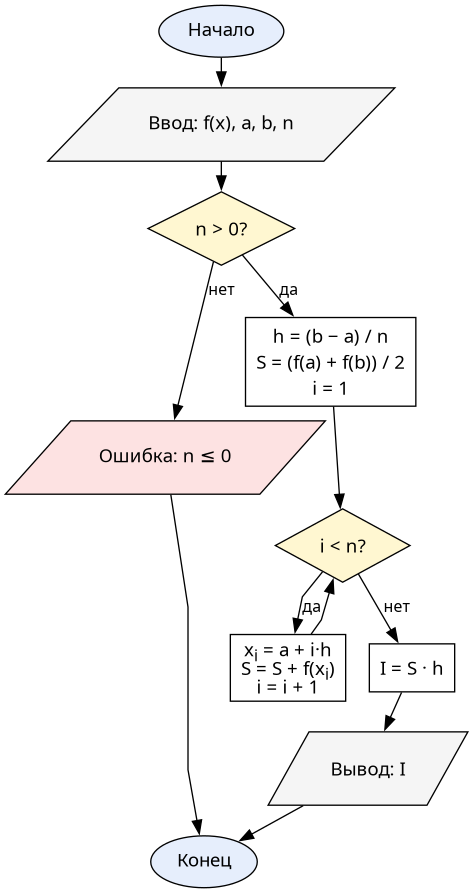
The Graphviz diagram doc/resources/flowcharts/trapezoid.png in Oriptal/calc-math-lab2, before a commit. Its source is kept beside it as doc/resources/flowcharts/trapezoid.dot.
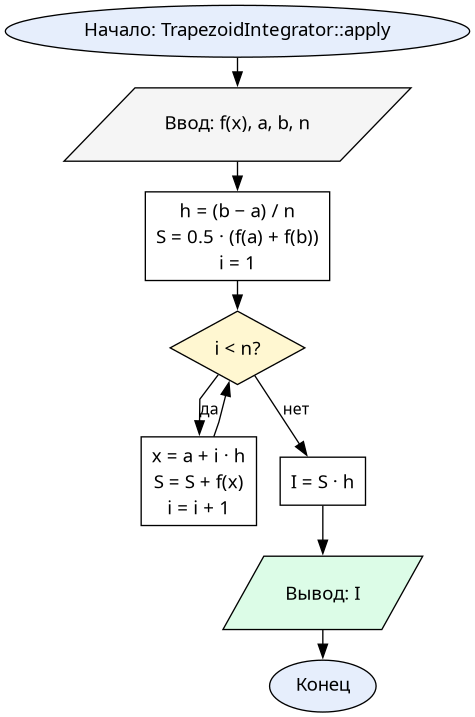
The same file after the commit.

Change to the diagram source:
```diff
@@ -3,22 +3,16 @@
   node  [fontname="CMU Serif", fontsize=14, style="filled", fillcolor="#ffffff", color="#000000"]
   edge  [fontname="CMU Serif", fontsize=12, color="#000000"]
 
-  start [label="Начало", shape=oval, fillcolor="#e6eefc"]
-  input [label="Ввод: f(x), a, b, n", shape=parallelogram, fillcolor="#f5f5f5"]
-  chkN  [label=<n &gt; 0?>, shape=diamond, fillcolor="#fff7d1"]
-  err   [label="Ошибка: n ≤ 0", shape=parallelogram, fillcolor="#fde2e2"]
-  init  [label=<h = (b − a) / n<BR/>S = (f(a) + f(b)) / 2<BR/>i = 1>, shape=box]
-  loop  [label=<i &lt; n?>, shape=diamond, fillcolor="#fff7d1"]
-  body  [label=<x<SUB>i</SUB> = a + i·h<BR/>S = S + f(x<SUB>i</SUB>)<BR/>i = i + 1>, shape=box]
-  mul   [label=<I = S · h>, shape=box]
-  output [label=<Вывод: I>, shape=parallelogram, fillcolor="#f5f5f5"]
+  start  [label="Начало: TrapezoidIntegrator::apply", shape=oval, fillcolor="#e6eefc"]
+  input  [label="Ввод: f(x), a, b, n", shape=parallelogram, fillcolor="#f5f5f5"]
+  init   [label=<h = (b − a) / n<BR/>S = 0.5 · (f(a) + f(b))<BR/>i = 1>, shape=box]
+  loop   [label=<i &lt; n?>, shape=diamond, fillcolor="#fff7d1"]
+  body   [label=<x = a + i · h<BR/>S = S + f(x)<BR/>i = i + 1>, shape=box]
+  mul    [label=<I = S · h>, shape=box]
+  output [label=<Вывод: I>, shape=parallelogram, fillcolor="#dcfce7"]
   stop   [label="Конец", shape=oval, fillcolor="#e6eefc"]
 
-  start -> input -> chkN
-  chkN -> err [label="нет"]
-  err -> stop
-  chkN -> init [label="да"]
-  init -> loop
+  start -> input -> init -> loop
   loop -> body [label="да"]
   body -> loop
   loop -> mul [label="нет"]
```
